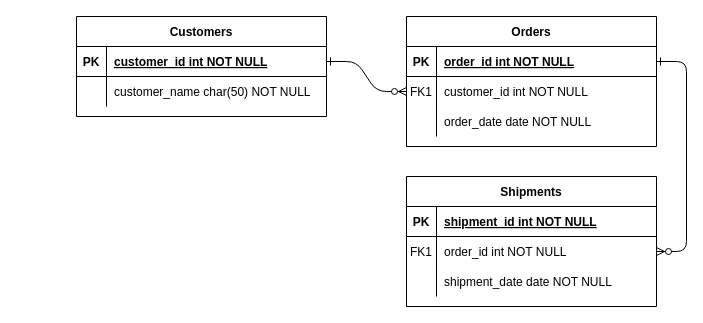
The draw.io diagram Untitled Diagram.drawio in yanglovewang/aliyun, before the edit. Source tidied: cells renumbered, new cells numbered last; positions are measured from the earlier drawing's top-left corner, leaving out a move shared by most shapes. Both pictures are drawn from the tidied source at 100%, with x=0, y=0 at pixel (76, 16).
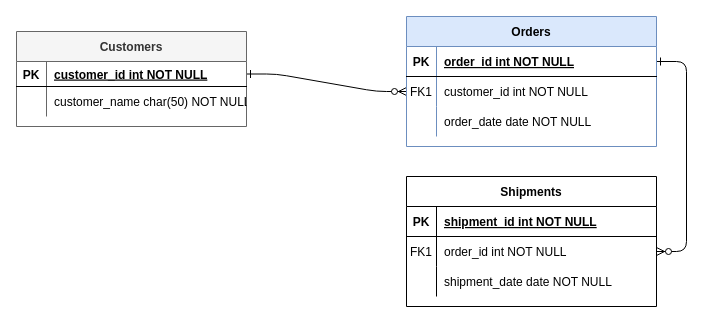
The same page after the edit.

What changed in the source:
```diff
@@
-    <mxCell id="4" value="Orders" style="shape=table;startSize=30;childLayout=tableLayout;rowLines=0;fontStyle=1;align=center;" parent="1" vertex="1">
+    <mxCell id="4" value="Orders" style="shape=table;startSize=30;childLayout=tableLayout;rowLines=0;fontStyle=1;align=center;fillColor=#dae8fc;strokeColor=#6c8ebf;" parent="1" vertex="1">
       <mxGeometry x="330" width="250" height="130" as="geometry" />
     </mxCell>
@@
-    <mxCell id="24" value="Customers" style="shape=table;startSize=30;childLayout=tableLayout;rowLines=0;fontStyle=1;align=center;" parent="1" vertex="1">
-      <mxGeometry width="250" height="100" as="geometry" />
+    <mxCell id="24" value="Customers" style="shape=table;startSize=30;childLayout=tableLayout;rowLines=0;fontStyle=1;align=center;fillColor=#f5f5f5;strokeColor=#666666;fontColor=#333333;" parent="1" vertex="1">
+      <mxGeometry x="-60" y="15" width="230" height="95" as="geometry" />
     </mxCell>
     <mxCell id="25" style="shape=partialRectangle;fillColor=none;points=[[0,0.5],[1,0.5]];portConstraint=eastwest;top=0;left=0;right=0;bottom=1;" parent="24" vertex="1">
-      <mxGeometry y="30" width="250" height="30" as="geometry" />
+      <mxGeometry y="30" width="230" height="25" as="geometry" />
     </mxCell>
     <mxCell id="26" value="PK" style="shape=partialRectangle;overflow=hidden;fillColor=none;top=0;left=0;bottom=0;right=0;fontStyle=1;" parent="25" vertex="1">
-      <mxGeometry width="30" height="30" as="geometry" />
+      <mxGeometry width="30" height="25" as="geometry" />
     </mxCell>
     <mxCell id="27" value="customer_id int NOT NULL " style="shape=partialRectangle;overflow=hidden;fillColor=none;top=0;left=0;bottom=0;right=0;align=left;spacingLeft=6;fontStyle=5;" parent="25" vertex="1">
-      <mxGeometry x="30" width="220" height="30" as="geometry" />
+      <mxGeometry x="30" width="200" height="25" as="geometry" />
     </mxCell>
     <mxCell id="28" style="shape=partialRectangle;fillColor=none;top=0;left=0;right=0;bottom=0;" parent="24" vertex="1">
-      <mxGeometry y="60" width="250" height="30" as="geometry" />
+      <mxGeometry y="55" width="230" height="30" as="geometry" />
     </mxCell>
@@
     <mxCell id="30" value="customer_name char(50) NOT NULL" style="shape=partialRectangle;overflow=hidden;fillColor=none;top=0;left=0;bottom=0;right=0;align=left;spacingLeft=6;" parent="28" vertex="1">
-      <mxGeometry x="30" width="220" height="30" as="geometry" />
+      <mxGeometry x="30" width="200" height="30" as="geometry" />
     </mxCell>
```
